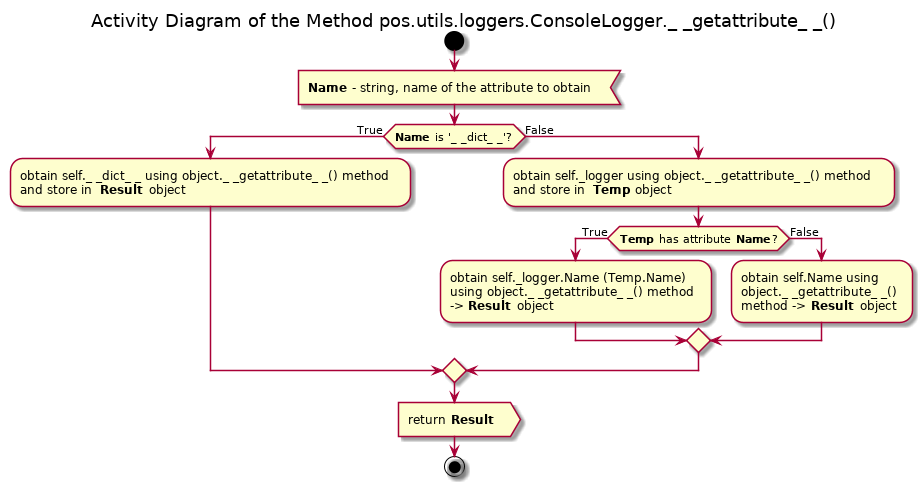
Before: Docs/UML/utils/loggers_py/ConsoleLogger.__getattribute__()_Activity.png, a diagram exported from PlantUML (FooBarShebang/pos). Source of this version:
```plantuml
@startuml

title Activity Diagram of the Method pos.utils.loggers.ConsoleLogger._ _getattribute_ _()

start

:<b>Name</b> - string, name of the attribute to obtain<

if (<b>Name</b> is '_ _dict_ _'?) then (True)
    :obtain self._ _dict_ _ using object._ _getattribute_ _() method
    and store in <b>Result</b> object;
else (False)
    :obtain self._logger using object._ _getattribute_ _() method
    and store in <b>Temp</b> object;

    if (<b>Temp</b> has attribute <b>Name</b>?) then (True)
        :obtain self._logger.Name (Temp.Name)
        using object._ _getattribute_ _() method
        -> <b>Result</b> object;
    else (False)
        :obtain self.Name using
        object._ _getattribute_ _()
        method -> <b>Result</b> object;
    endif
endif

:return <b>Result</b> >

stop

@enduml
```
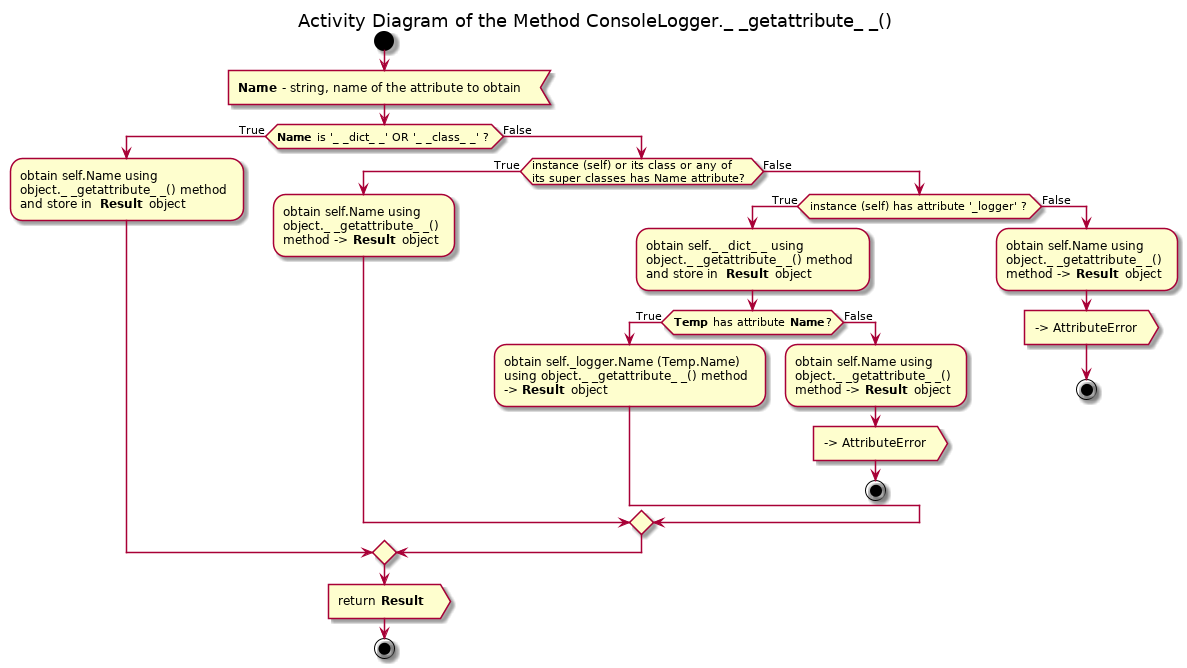
The same file after the commit.

Change to the diagram source:
```diff
@@ -1,26 +1,47 @@
 @startuml
 
-title Activity Diagram of the Method pos.utils.loggers.ConsoleLogger._ _getattribute_ _()
+title Activity Diagram of the Method ConsoleLogger._ _getattribute_ _()
 
 start
 
 :<b>Name</b> - string, name of the attribute to obtain<
 
-if (<b>Name</b> is '_ _dict_ _'?) then (True)
-    :obtain self._ _dict_ _ using object._ _getattribute_ _() method
+if (<b>Name</b> is '_ _dict_ _' OR '_ _class_ _' ?) then (True)
+    :obtain self.Name using
+    object._ _getattribute_ _() method
     and store in <b>Result</b> object;
 else (False)
-    :obtain self._logger using object._ _getattribute_ _() method
-    and store in <b>Temp</b> object;
-
-    if (<b>Temp</b> has attribute <b>Name</b>?) then (True)
-        :obtain self._logger.Name (Temp.Name)
-        using object._ _getattribute_ _() method
-        -> <b>Result</b> object;
-    else (False)
+    if (instance (self) or its class or any of\nits super classes has Name attribute?) then (True)
         :obtain self.Name using
         object._ _getattribute_ _()
         method -> <b>Result</b> object;
+    else (False)
+        if (instance (self) has attribute '_logger' ?) then (True)
+            :obtain self._ _dict_ _ using
+            object._ _getattribute_ _() method
+            and store in <b>Result</b> object;
+            if (<b>Temp</b> has attribute <b>Name</b>?) then (True)
+                :obtain self._logger.Name (Temp.Name)
+                using object._ _getattribute_ _() method
+                -> <b>Result</b> object;
+            else (False)
+                :obtain self.Name using
+                object._ _getattribute_ _()
+                method -> <b>Result</b> object;
+
+                :-> AttributeError>
+
+                stop
+            endif
+        else (False)
+            :obtain self.Name using
+            object._ _getattribute_ _()
+            method -> <b>Result</b> object;
+
+            :-> AttributeError>
+
+            stop
+        endif
     endif
 endif
 
```
